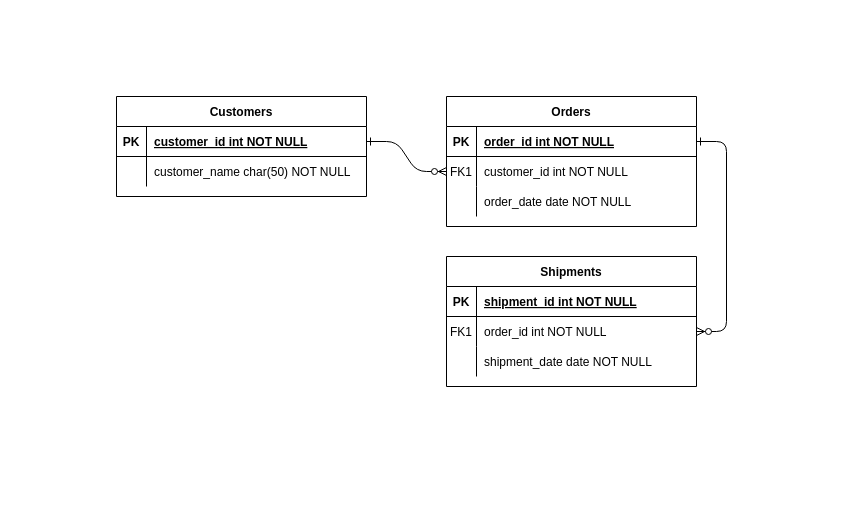
Above: er.drawio in Larissa022/BancoDeDados (draw.io), before the change. Source tidied: cells renumbered, new cells numbered last; positions are measured from the earlier drawing's top-left corner, leaving out a move shared by most shapes. Both pictures are drawn from the tidied source at 100%, with x=0, y=0 at pixel (116, 96).
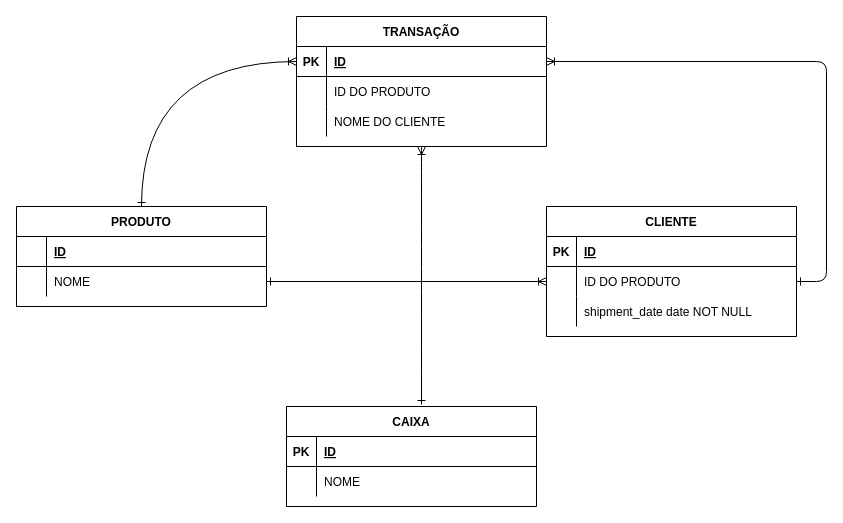
Above is the later version.

Unchanged cells that the change refers to:
```xml
<mxCell id="5" style="shape=partialRectangle;fillColor=none;points=[[0,0.5],[1,0.5]];portConstraint=eastwest;top=0;left=0;right=0;bottom=1;" parent="4" vertex="1">
  <mxGeometry y="30" width="250" height="30" as="geometry" />
</mxCell>
<mxCell id="8" style="shape=partialRectangle;fillColor=none;points=[[0,0.5],[1,0.5]];portConstraint=eastwest;top=0;left=0;right=0;bottom=0;" parent="4" vertex="1">
  <mxGeometry y="60" width="250" height="30" as="geometry" />
</mxCell>
<mxCell id="11" style="shape=partialRectangle;fillColor=none;top=0;left=0;right=0;bottom=0;" parent="4" vertex="1">
  <mxGeometry y="90" width="250" height="30" as="geometry" />
</mxCell>
<mxCell id="15" style="shape=partialRectangle;fillColor=none;top=0;left=0;right=0;bottom=1;" parent="14" vertex="1">
  <mxGeometry y="30" width="250" height="30" as="geometry" />
</mxCell>
<mxCell id="18" style="shape=partialRectangle;fillColor=none;points=[[0,0.5],[1,0.5]];portConstraint=eastwest;top=0;left=0;right=0;bottom=0;" parent="14" vertex="1">
  <mxGeometry y="60" width="250" height="30" as="geometry" />
</mxCell>
<mxCell id="25" style="shape=partialRectangle;fillColor=none;points=[[0,0.5],[1,0.5]];portConstraint=eastwest;top=0;left=0;right=0;bottom=1;" parent="24" vertex="1">
  <mxGeometry y="30" width="250" height="30" as="geometry" />
</mxCell>
<mxCell id="28" style="shape=partialRectangle;fillColor=none;points=[[0,0.5],[1,0.5]];portConstraint=eastwest;top=0;left=0;right=0;bottom=0;" parent="24" vertex="1">
  <mxGeometry y="60" width="250" height="30" as="geometry" />
</mxCell>
```

What changed in the source:
```diff
@@
-    <mxCell id="2" style="edgeStyle=entityRelationEdgeStyle;endArrow=ERzeroToMany;startArrow=ERone;endFill=1;startFill=0;" parent="1" edge="1" source="25" target="8">
-      <mxGeometry relative="1" as="geometry" />
-    </mxCell>
-    <mxCell id="3" style="edgeStyle=entityRelationEdgeStyle;endArrow=ERzeroToMany;startArrow=ERone;endFill=1;startFill=0;" parent="1" edge="1" source="5" target="18">
+    <mxCell id="3" style="edgeStyle=entityRelationEdgeStyle;endArrow=ERone;startArrow=ERoneToMany;endFill=0;startFill=0;" parent="1" edge="1" source="5" target="18">
       <mxGeometry relative="1" as="geometry" />
     </mxCell>
+    <mxCell id="31" style="edgeStyle=orthogonalEdgeStyle;jettySize=auto;html=1;exitX=0.5;exitY=1;exitDx=0;exitDy=0;entryX=0.54;entryY=-0.02;entryDx=0;entryDy=0;entryPerimeter=0;curved=1;endArrow=ERone;endFill=0;startArrow=ERoneToMany;startFill=0;" parent="1" edge="1" source="4" target="33">
+      <mxGeometry relative="1" as="geometry" />
+    </mxCell>
-    <mxCell id="4" value="Orders" style="shape=table;startSize=30;childLayout=tableLayout;rowLines=0;fontStyle=1;align=center;" parent="1" vertex="1">
-      <mxGeometry x="330" width="250" height="130" as="geometry" />
+    <mxCell id="4" value="TRANSAÇÃO" style="shape=table;startSize=30;childLayout=tableLayout;rowLines=0;fontStyle=1;align=center;" parent="1" vertex="1">
+      <mxGeometry x="180" y="-80" width="250" height="130" as="geometry" />
     </mxCell>
@@
-    <mxCell id="7" value="order_id int NOT NULL " style="shape=partialRectangle;overflow=hidden;fillColor=none;top=0;left=0;bottom=0;right=0;align=left;spacingLeft=6;fontStyle=5;" parent="5" vertex="1">
+    <mxCell id="7" value="ID" style="shape=partialRectangle;overflow=hidden;fillColor=none;top=0;left=0;bottom=0;right=0;align=left;spacingLeft=6;fontStyle=5;" parent="5" vertex="1">
       <mxGeometry x="30" width="220" height="30" as="geometry" />
     </mxCell>
@@
-    <mxCell id="9" value="FK1" style="shape=partialRectangle;overflow=hidden;fillColor=none;top=0;left=0;bottom=0;right=0;" parent="8" vertex="1">
+    <mxCell id="9" style="shape=partialRectangle;overflow=hidden;fillColor=none;top=0;left=0;bottom=0;right=0;" parent="8" vertex="1">
       <mxGeometry width="30" height="30" as="geometry" />
     </mxCell>
-    <mxCell id="10" value="customer_id int NOT NULL" style="shape=partialRectangle;overflow=hidden;fillColor=none;top=0;left=0;bottom=0;right=0;align=left;spacingLeft=6;" parent="8" vertex="1">
+    <mxCell id="10" value="ID DO PRODUTO" style="shape=partialRectangle;overflow=hidden;fillColor=none;top=0;left=0;bottom=0;right=0;align=left;spacingLeft=6;" parent="8" vertex="1">
       <mxGeometry x="30" width="220" height="30" as="geometry" />
     </mxCell>
@@
-    <mxCell id="13" value="order_date date NOT NULL" style="shape=partialRectangle;overflow=hidden;fillColor=none;top=0;left=0;bottom=0;right=0;align=left;spacingLeft=6;" parent="11" vertex="1">
+    <mxCell id="13" value="NOME DO CLIENTE" style="shape=partialRectangle;overflow=hidden;fillColor=none;top=0;left=0;bottom=0;right=0;align=left;spacingLeft=6;" parent="11" vertex="1">
       <mxGeometry x="30" width="220" height="30" as="geometry" />
     </mxCell>
-    <mxCell id="14" value="Shipments" style="shape=table;startSize=30;childLayout=tableLayout;rowLines=0;fontStyle=1;align=center;" parent="1" vertex="1">
-      <mxGeometry x="330" y="160" width="250" height="130" as="geometry" />
+    <mxCell id="14" value="CLIENTE" style="shape=table;startSize=30;childLayout=tableLayout;rowLines=0;fontStyle=1;align=center;" parent="1" vertex="1">
+      <mxGeometry x="430" y="110" width="250" height="130" as="geometry" />
     </mxCell>
@@
-    <mxCell id="17" value="shipment_id int NOT NULL " style="shape=partialRectangle;overflow=hidden;fillColor=none;top=0;left=0;bottom=0;right=0;align=left;spacingLeft=6;fontStyle=5;" parent="15" vertex="1">
+    <mxCell id="17" value="ID" style="shape=partialRectangle;overflow=hidden;fillColor=none;top=0;left=0;bottom=0;right=0;align=left;spacingLeft=6;fontStyle=5;" parent="15" vertex="1">
       <mxGeometry x="30" width="220" height="30" as="geometry" />
     </mxCell>
@@
-    <mxCell id="19" value="FK1" style="shape=partialRectangle;overflow=hidden;fillColor=none;top=0;left=0;bottom=0;right=0;" parent="18" vertex="1">
+    <mxCell id="19" style="shape=partialRectangle;overflow=hidden;fillColor=none;top=0;left=0;bottom=0;right=0;" parent="18" vertex="1">
       <mxGeometry width="30" height="30" as="geometry" />
     </mxCell>
-    <mxCell id="20" value="order_id int NOT NULL" style="shape=partialRectangle;overflow=hidden;fillColor=none;top=0;left=0;bottom=0;right=0;align=left;spacingLeft=6;" parent="18" vertex="1">
+    <mxCell id="20" value="ID DO PRODUTO" style="shape=partialRectangle;overflow=hidden;fillColor=none;top=0;left=0;bottom=0;right=0;align=left;spacingLeft=6;" parent="18" vertex="1">
       <mxGeometry x="30" width="220" height="30" as="geometry" />
     </mxCell>
@@
+    <mxCell id="32" style="edgeStyle=orthogonalEdgeStyle;rounded=1;jettySize=auto;html=1;exitX=0.5;exitY=0;exitDx=0;exitDy=0;entryX=0;entryY=0.5;entryDx=0;entryDy=0;curved=1;endArrow=ERoneToMany;endFill=0;startArrow=ERone;startFill=0;" parent="1" edge="1" source="24" target="5">
+      <mxGeometry relative="1" as="geometry" />
+    </mxCell>
-    <mxCell id="24" value="Customers" style="shape=table;startSize=30;childLayout=tableLayout;rowLines=0;fontStyle=1;align=center;" parent="1" vertex="1">
-      <mxGeometry width="250" height="100" as="geometry" />
+    <mxCell id="24" value="PRODUTO" style="shape=table;startSize=30;childLayout=tableLayout;rowLines=0;fontStyle=1;align=center;" parent="1" vertex="1">
+      <mxGeometry x="-100" y="110" width="250" height="100" as="geometry" />
     </mxCell>
@@
-    <mxCell id="26" value="PK" style="shape=partialRectangle;overflow=hidden;fillColor=none;top=0;left=0;bottom=0;right=0;fontStyle=1;" parent="25" vertex="1">
+    <mxCell id="26" style="shape=partialRectangle;overflow=hidden;fillColor=none;top=0;left=0;bottom=0;right=0;fontStyle=1;" parent="25" vertex="1">
       <mxGeometry width="30" height="30" as="geometry" />
     </mxCell>
-    <mxCell id="27" value="customer_id int NOT NULL " style="shape=partialRectangle;overflow=hidden;fillColor=none;top=0;left=0;bottom=0;right=0;align=left;spacingLeft=6;fontStyle=5;" parent="25" vertex="1">
+    <mxCell id="27" value="ID" style="shape=partialRectangle;overflow=hidden;fillColor=none;top=0;left=0;bottom=0;right=0;align=left;spacingLeft=6;fontStyle=5;" parent="25" vertex="1">
       <mxGeometry x="30" width="220" height="30" as="geometry" />
     </mxCell>
@@
-    <mxCell id="30" value="customer_name char(50) NOT NULL" style="shape=partialRectangle;overflow=hidden;fillColor=none;top=0;left=0;bottom=0;right=0;align=left;spacingLeft=6;" parent="28" vertex="1">
+    <mxCell id="30" value="NOME" style="shape=partialRectangle;overflow=hidden;fillColor=none;top=0;left=0;bottom=0;right=0;align=left;spacingLeft=6;" parent="28" vertex="1">
       <mxGeometry x="30" width="220" height="30" as="geometry" />
     </mxCell>
+    <mxCell id="33" value="CAIXA" style="shape=table;startSize=30;childLayout=tableLayout;rowLines=0;fontStyle=1;align=center;" parent="1" vertex="1">
+      <mxGeometry x="170" y="310" width="250" height="100" as="geometry" />
+    </mxCell>
+    <mxCell id="34" style="shape=partialRectangle;fillColor=none;top=0;left=0;right=0;bottom=1;" parent="33" vertex="1">
+      <mxGeometry y="30" width="250" height="30" as="geometry" />
+    </mxCell>
+    <mxCell id="35" value="PK" style="shape=partialRectangle;overflow=hidden;fillColor=none;top=0;left=0;bottom=0;right=0;fontStyle=1;" parent="34" vertex="1">
+      <mxGeometry width="30" height="30" as="geometry" />
+    </mxCell>
+    <mxCell id="36" value="ID" style="shape=partialRectangle;overflow=hidden;fillColor=none;top=0;left=0;bottom=0;right=0;align=left;spacingLeft=6;fontStyle=5;" parent="34" vertex="1">
+      <mxGeometry x="30" width="220" height="30" as="geometry" />
+    </mxCell>
+    <mxCell id="37" style="shape=partialRectangle;fillColor=none;top=0;left=0;right=0;bottom=0;" parent="33" vertex="1">
+      <mxGeometry y="60" width="250" height="30" as="geometry" />
+    </mxCell>
+    <mxCell id="38" style="shape=partialRectangle;overflow=hidden;fillColor=none;top=0;left=0;bottom=0;right=0;" parent="37" vertex="1">
+      <mxGeometry width="30" height="30" as="geometry" />
+    </mxCell>
+    <mxCell id="39" value="NOME" style="shape=partialRectangle;overflow=hidden;fillColor=none;top=0;left=0;bottom=0;right=0;align=left;spacingLeft=6;" parent="37" vertex="1">
+      <mxGeometry x="30" width="220" height="30" as="geometry" />
+    </mxCell>
+    <mxCell id="40" style="edgeStyle=orthogonalEdgeStyle;rounded=0;jettySize=auto;html=1;exitX=1;exitY=0.5;exitDx=0;exitDy=0;entryX=0;entryY=0.5;entryDx=0;entryDy=0;endArrow=ERoneToMany;endFill=0;startArrow=ERone;startFill=0;" parent="1" edge="1" source="28" target="18">
+      <mxGeometry relative="1" as="geometry" />
+    </mxCell>
```
